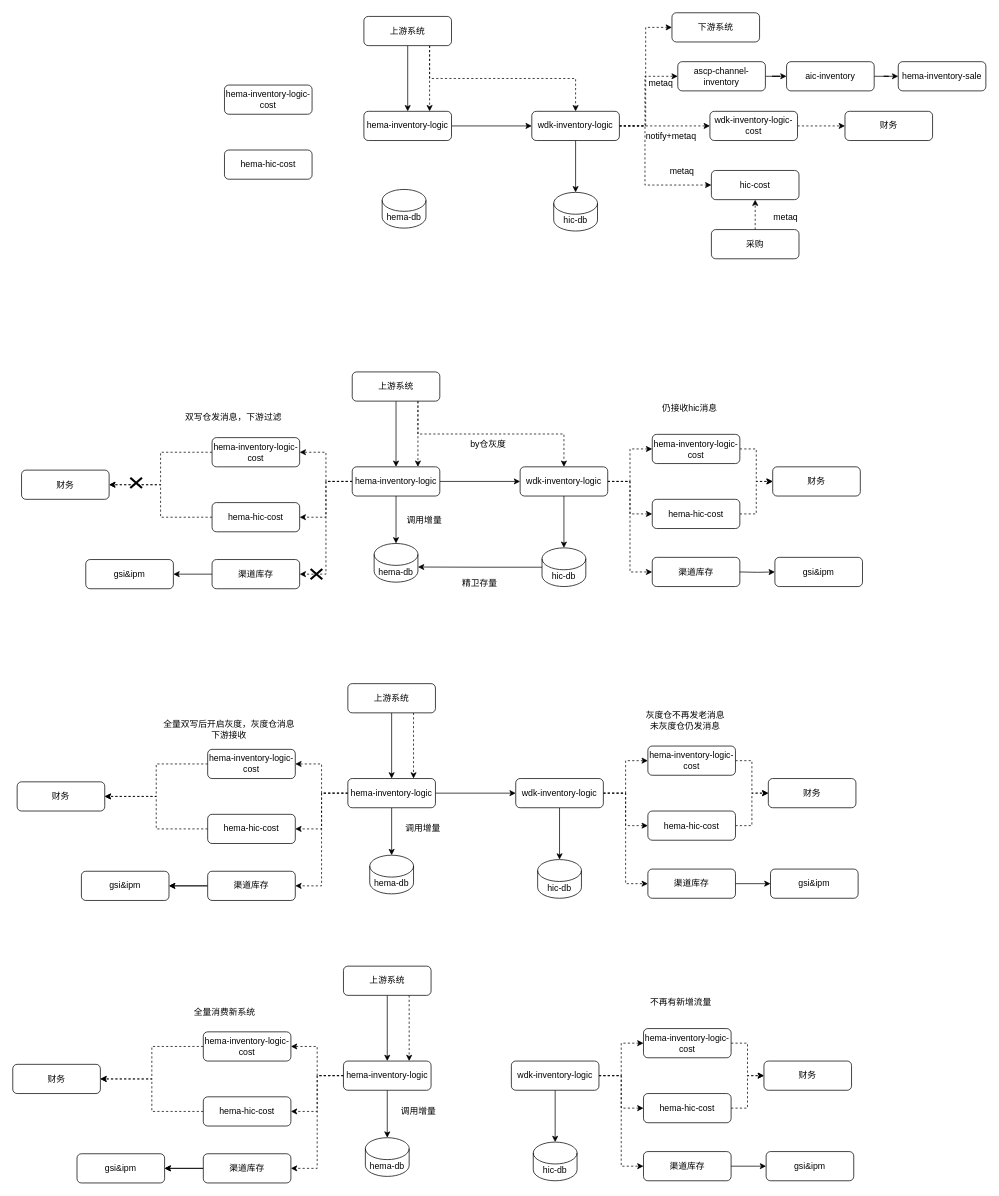
Before: jiagou.drawio in fine3qandyou/lte_study, a draw.io diagram. Source tidied: cells renumbered, new cells numbered last; positions are measured from the earlier drawing's top-left corner, leaving out a move shared by most shapes. Both pictures are drawn from the tidied source at 73%, with x=0, y=0 at pixel (12, 12).
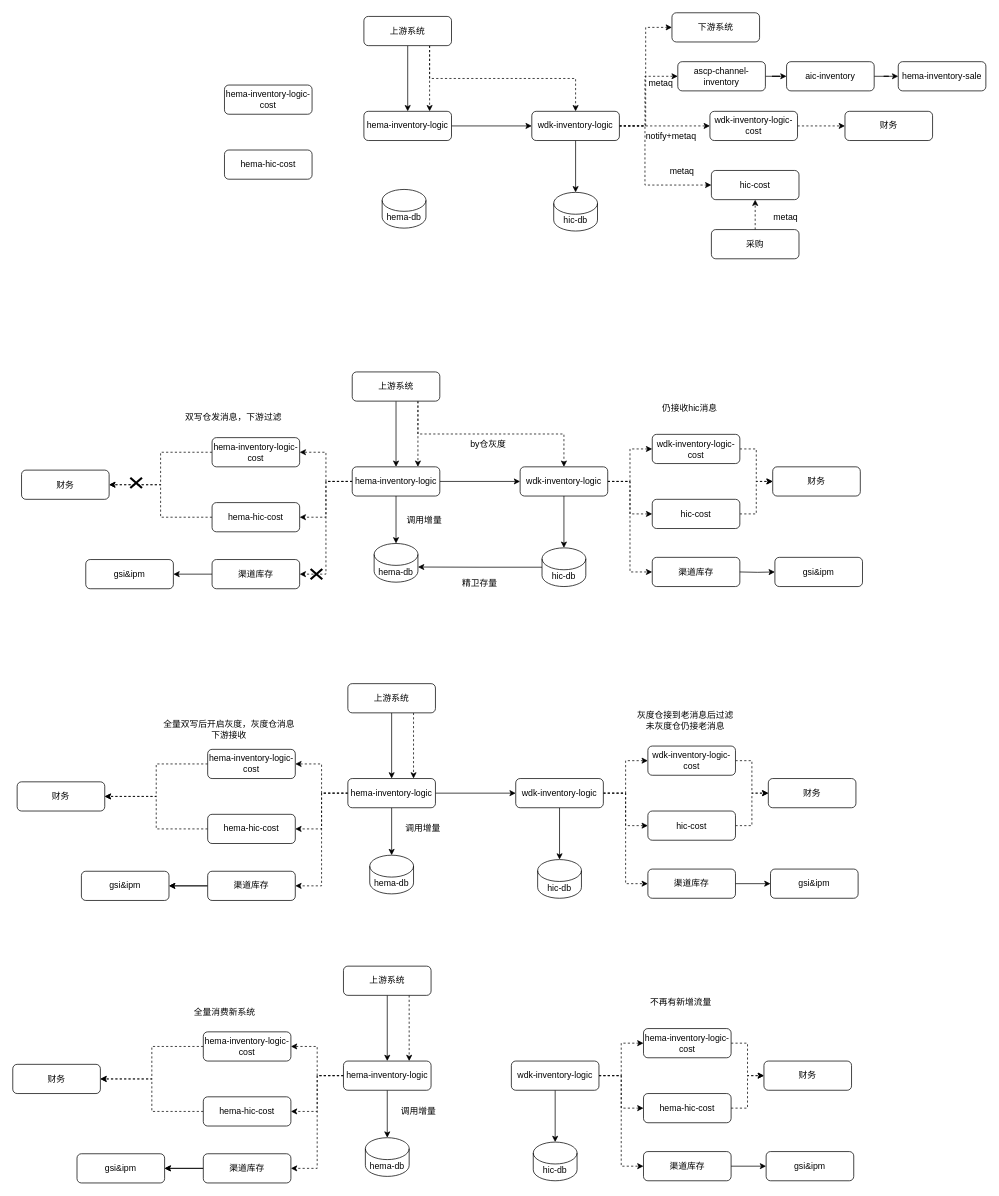
After the change.

Diff of the diagram source:
```diff
@@
-    <mxCell id="61" value="hema-inventory-logic-cost" style="rounded=1;whiteSpace=wrap;html=1;" parent="1" vertex="1">
+    <mxCell id="61" value="wdk-inventory-logic-cost" style="rounded=1;whiteSpace=wrap;html=1;" parent="1" vertex="1">
       <mxGeometry x="876" y="577.5" width="120" height="40" as="geometry" />
     </mxCell>
@@
-    <mxCell id="63" value="hema-hic-cost" style="rounded=1;whiteSpace=wrap;html=1;" parent="1" vertex="1">
+    <mxCell id="63" value="hic-cost" style="rounded=1;whiteSpace=wrap;html=1;" parent="1" vertex="1">
       <mxGeometry x="876" y="666.5" width="120" height="40" as="geometry" />
     </mxCell>
@@
-    <mxCell id="96" value="hema-inventory-logic-cost" style="rounded=1;whiteSpace=wrap;html=1;" parent="1" vertex="1">
+    <mxCell id="96" value="wdk-inventory-logic-cost" style="rounded=1;whiteSpace=wrap;html=1;" parent="1" vertex="1">
       <mxGeometry x="870" y="1004.5" width="120" height="40" as="geometry" />
     </mxCell>
@@
-    <mxCell id="98" value="hema-hic-cost" style="rounded=1;whiteSpace=wrap;html=1;" parent="1" vertex="1">
+    <mxCell id="98" value="hic-cost" style="rounded=1;whiteSpace=wrap;html=1;" parent="1" vertex="1">
       <mxGeometry x="870" y="1093.5" width="120" height="40" as="geometry" />
     </mxCell>
@@
-    <mxCell id="107" value="灰度仓不再发老消息&lt;br&gt;未灰度仓仍发消息" style="text;html=1;strokeColor=none;fillColor=none;align=center;verticalAlign=middle;whiteSpace=wrap;rounded=0;" parent="1" vertex="1">
+    <mxCell id="107" value="灰度仓接到老消息后过滤&lt;br&gt;未灰度仓仍接老消息" style="text;html=1;strokeColor=none;fillColor=none;align=center;verticalAlign=middle;whiteSpace=wrap;rounded=0;" parent="1" vertex="1">
       <mxGeometry x="826" y="954" width="191" height="30" as="geometry" />
     </mxCell>
```
